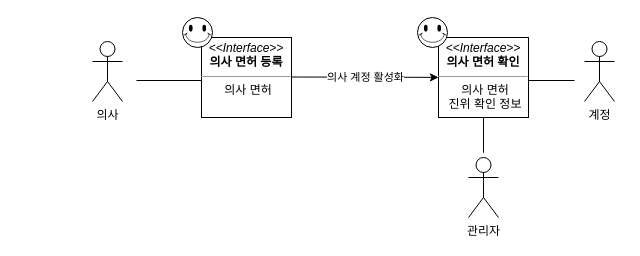
yhb1834/Smart-Health-Prediction-System keeps this draw.io diagram as admin/03. Domain Model Diagram/Domain Model for UC-9.drawio. Above is the earlier version. Source tidied: cells renumbered, new cells numbered last; positions are measured from the earlier drawing's top-left corner, leaving out a move shared by most shapes. Both pictures are drawn from the tidied source at 100%, with x=0, y=0 at pixel (92, 17).
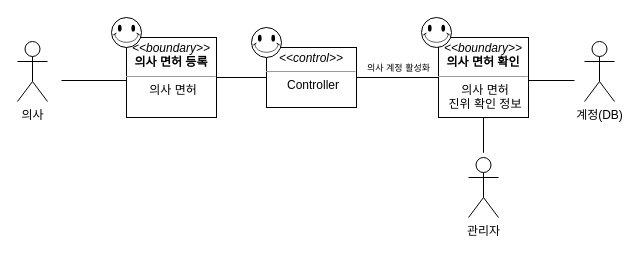
After the change.

Commit message (it also covers changes not shown here):
domain model diagram 수정

Change to the diagram source:
```diff
@@
     <mxCell id="3" value="의사" style="shape=umlActor;verticalLabelPosition=bottom;verticalAlign=top;html=1;" parent="1" vertex="1">
-      <mxGeometry y="24" width="30" height="60" as="geometry" />
+      <mxGeometry x="-75" y="24" width="30" height="60" as="geometry" />
     </mxCell>
-    <mxCell id="4" value="계정" style="shape=umlActor;verticalLabelPosition=bottom;verticalAlign=top;html=1;" parent="1" vertex="1">
+    <mxCell id="4" value="계정(DB)" style="shape=umlActor;verticalLabelPosition=bottom;verticalAlign=top;html=1;" parent="1" vertex="1">
       <mxGeometry x="492" y="24" width="30" height="60" as="geometry" />
     </mxCell>
-    <mxCell id="5" value="&lt;p style=&quot;margin: 0px ; margin-top: 4px ; text-align: center&quot;&gt;&lt;i&gt;&amp;lt;&amp;lt;Interface&amp;gt;&amp;gt;&lt;/i&gt;&lt;br&gt;&lt;b&gt;의사 면허 등록&lt;/b&gt;&lt;/p&gt;&lt;hr size=&quot;1&quot;&gt;&lt;p style=&quot;text-align: center ; margin: 0px 0px 0px 4px&quot;&gt;의사 면허&lt;/p&gt;" style="verticalAlign=top;align=left;overflow=fill;fontSize=12;fontFamily=Helvetica;html=1;" parent="1" vertex="1">
-      <mxGeometry x="109" y="20" width="90" height="80" as="geometry" />
+    <mxCell id="5" value="&lt;p style=&quot;margin: 0px ; margin-top: 4px ; text-align: center&quot;&gt;&lt;i&gt;&amp;lt;&amp;lt;boundary&amp;gt;&amp;gt;&lt;/i&gt;&lt;br&gt;&lt;b&gt;의사 면허 등록&lt;/b&gt;&lt;/p&gt;&lt;hr size=&quot;1&quot;&gt;&lt;p style=&quot;text-align: center ; margin: 0px 0px 0px 4px&quot;&gt;의사 면허&lt;/p&gt;" style="verticalAlign=top;align=left;overflow=fill;fontSize=12;fontFamily=Helvetica;html=1;" parent="1" vertex="1">
+      <mxGeometry x="34" y="20" width="90" height="80" as="geometry" />
     </mxCell>
-    <mxCell id="6" value="&lt;p style=&quot;margin: 4px 0px 0px&quot;&gt;&lt;i&gt;&amp;lt;&amp;lt;Interface&amp;gt;&amp;gt;&lt;/i&gt;&lt;br&gt;&lt;b&gt;의사 면허 확인&lt;/b&gt;&lt;/p&gt;&lt;hr size=&quot;1&quot;&gt;&lt;p style=&quot;margin: 0px ; margin-left: 4px&quot;&gt;의사 면허&lt;/p&gt;&lt;p style=&quot;margin: 0px ; margin-left: 4px&quot;&gt;진위 확인 정보&lt;/p&gt;" style="verticalAlign=top;align=center;overflow=fill;fontSize=12;fontFamily=Helvetica;html=1;" parent="1" vertex="1">
+    <mxCell id="6" value="&lt;p style=&quot;margin: 4px 0px 0px&quot;&gt;&lt;i&gt;&amp;lt;&amp;lt;boundary&amp;gt;&amp;gt;&lt;/i&gt;&lt;br&gt;&lt;b&gt;의사 면허 확인&lt;/b&gt;&lt;/p&gt;&lt;hr size=&quot;1&quot;&gt;&lt;p style=&quot;margin: 0px ; margin-left: 4px&quot;&gt;의사 면허&lt;/p&gt;&lt;p style=&quot;margin: 0px ; margin-left: 4px&quot;&gt;진위 확인 정보&lt;/p&gt;" style="verticalAlign=top;align=center;overflow=fill;fontSize=12;fontFamily=Helvetica;html=1;" parent="1" vertex="1">
       <mxGeometry x="346" y="20" width="90" height="80" as="geometry" />
     </mxCell>
     <mxCell id="7" style="endArrow=none;html=1;" parent="1" edge="1">
       <mxGeometry relative="1" as="geometry">
-        <mxPoint x="44" y="63" as="sourcePoint" />
-        <mxPoint x="109" y="63" as="targetPoint" />
+        <mxPoint x="-31" y="63" as="sourcePoint" />
+        <mxPoint x="34" y="63" as="targetPoint" />
       </mxGeometry>
     </mxCell>
@@
-    <mxCell id="10" style="endArrow=classic;html=1;" parent="1" edge="1" target="6">
-      <mxGeometry relative="1" as="geometry">
-        <mxPoint x="199" y="59.5" as="sourcePoint" />
-      </mxGeometry>
-    </mxCell>
-    <mxCell id="11" value="의사 계정 활성화" style="edgeLabel;html=1;align=center;verticalAlign=middle;" parent="10" vertex="1">
-      <mxGeometry relative="1" as="geometry" />
-    </mxCell>
     <mxCell id="12" style="verticalLabelPosition=bottom;verticalAlign=top;html=1;shape=mxgraph.basic.smiley;" parent="1" vertex="1">
-      <mxGeometry x="325" width="30" height="30" as="geometry" />
+      <mxGeometry x="329" width="30" height="30" as="geometry" />
     </mxCell>
     <mxCell id="13" style="verticalLabelPosition=bottom;verticalAlign=top;html=1;shape=mxgraph.basic.smiley;" parent="1" vertex="1">
-      <mxGeometry x="90" width="30" height="30" as="geometry" />
+      <mxGeometry x="19" width="30" height="30" as="geometry" />
     </mxCell>
+    <mxCell id="14" value="&lt;p style=&quot;margin: 0px ; margin-top: 4px ; text-align: center&quot;&gt;&lt;i&gt;&amp;lt;&amp;lt;control&amp;gt;&amp;gt;&lt;/i&gt;&lt;br&gt;&lt;/p&gt;&lt;hr size=&quot;1&quot;&gt;&lt;p style=&quot;text-align: center ; margin: 0px 0px 0px 4px&quot;&gt;Controller&lt;/p&gt;" style="verticalAlign=top;align=left;overflow=fill;fontSize=12;fontFamily=Helvetica;html=1;" parent="1" vertex="1">
+      <mxGeometry x="174" y="30" width="90" height="60" as="geometry" />
+    </mxCell>
+    <mxCell id="15" style="endArrow=none;html=1;" parent="1" edge="1" target="14">
+      <mxGeometry relative="1" as="geometry">
+        <mxPoint x="124" y="60" as="sourcePoint" />
+      </mxGeometry>
+    </mxCell>
+    <mxCell id="16" style="endArrow=none;html=1;entryX=0;entryY=0.5;entryDx=0;entryDy=0;" parent="1" edge="1" source="14" target="6">
+      <mxGeometry relative="1" as="geometry" />
+    </mxCell>
+    <mxCell id="11" value="&lt;font style=&quot;font-size: 9px&quot;&gt;의사 계정 활성화&lt;/font&gt;" style="text;html=1;align=center;verticalAlign=middle;strokeColor=none;" parent="1" vertex="1">
+      <mxGeometry x="261" y="40" width="90" height="20" as="geometry" />
+    </mxCell>
+    <mxCell id="17" style="verticalLabelPosition=bottom;verticalAlign=top;html=1;shape=mxgraph.basic.smiley;" parent="1" vertex="1">
+      <mxGeometry x="159" y="10" width="30" height="30" as="geometry" />
+    </mxCell>
```
